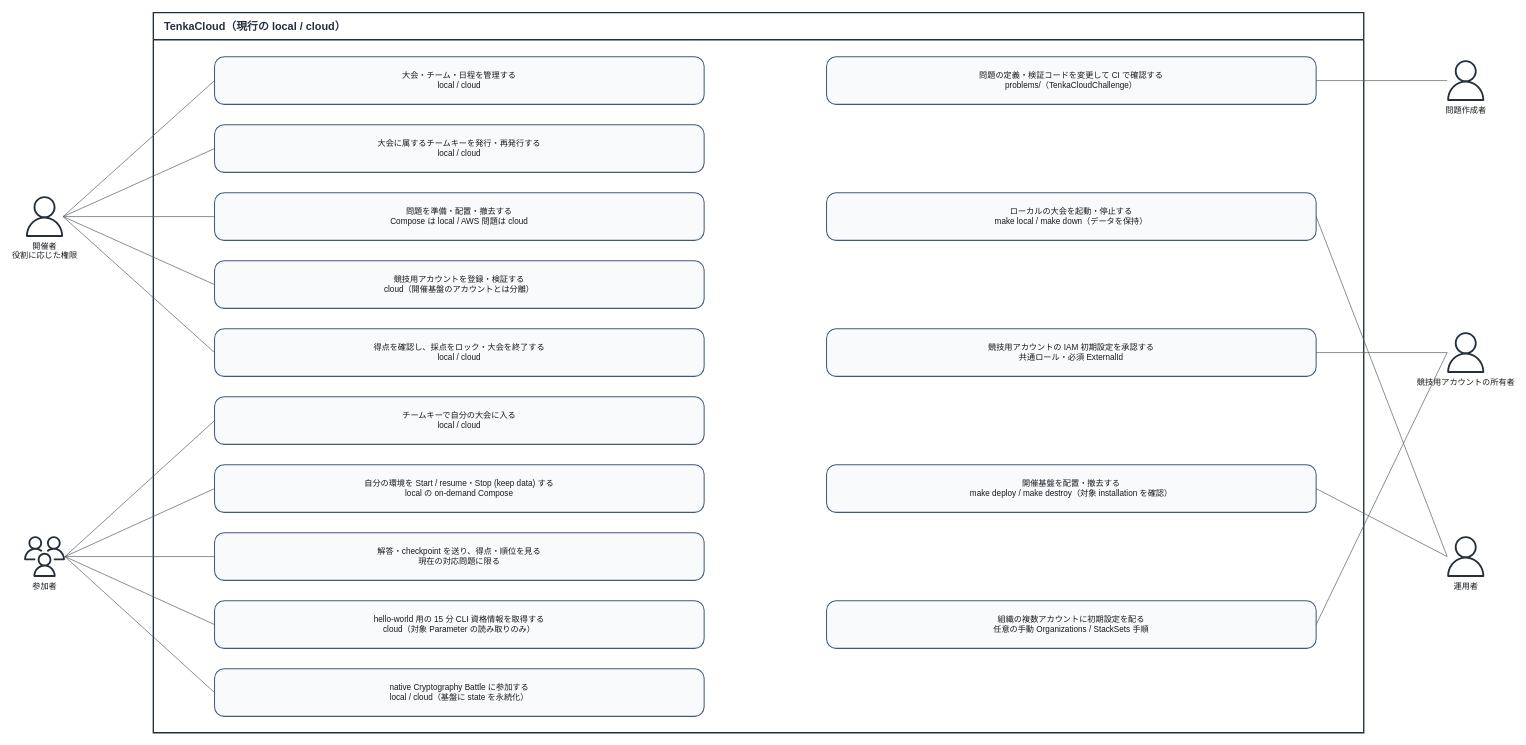
susumutomita/TenkaCloud keeps this draw.io diagram as page "04 現行のユースケース" (4 of 5) of docs/architecture/diagrams/system-architecture.drawio. Above is the earlier version. Source tidied: cells renumbered, new cells numbered last; positions are measured from the earlier drawing's top-left corner, leaving out a move shared by most shapes. Both pictures are drawn from the tidied source at 68%, with x=0, y=0 at pixel (24, 12).
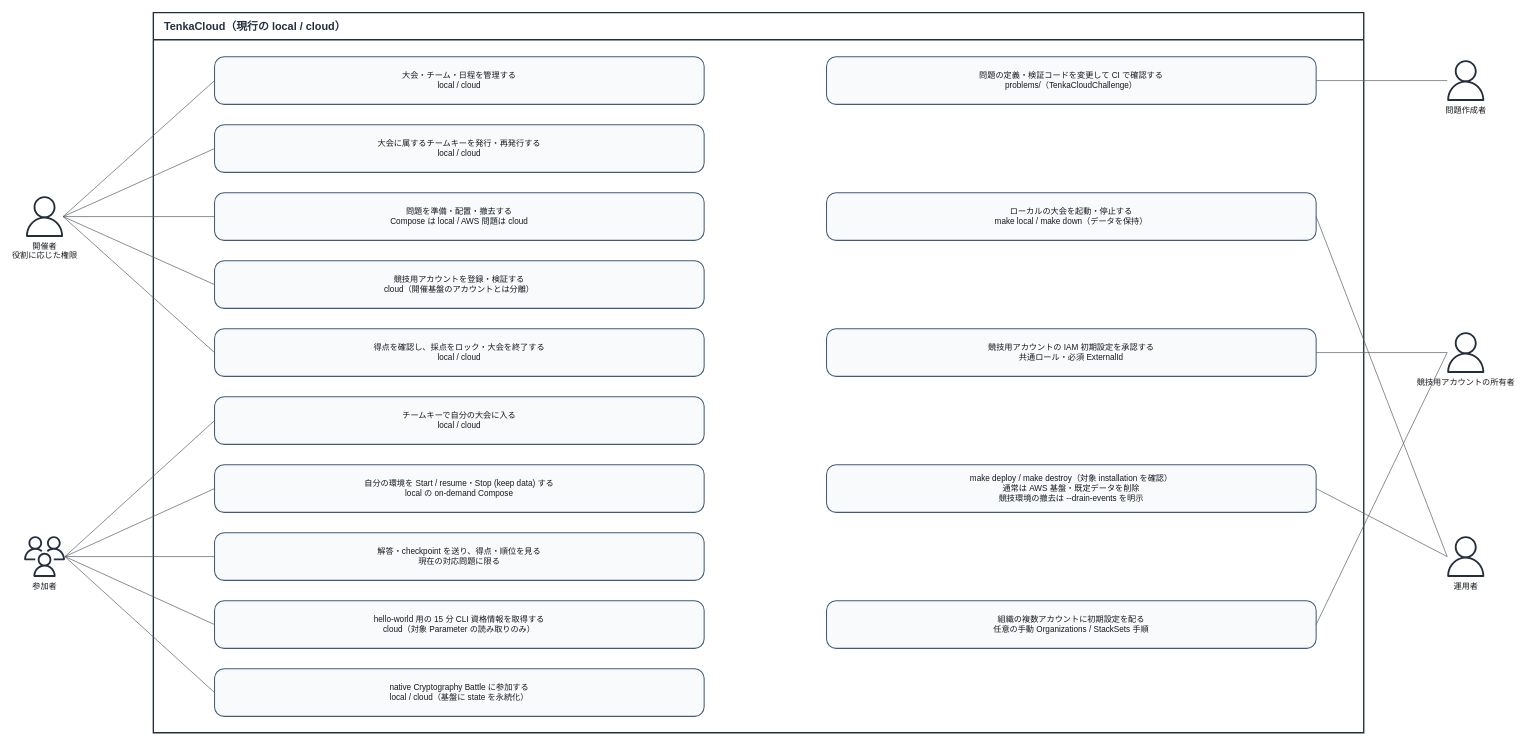
The same diagram, later.

Unchanged cells that the change refers to:
```xml
<mxCell id="2" value="TenkaCloud（現行の local / cloud）" style="swimlane;horizontal=1;startSize=40;rounded=0;whiteSpace=wrap;html=1;fillColor=#FFFFFF;strokeColor=#232F3E;strokeWidth=2;dashed=0;fontSize=16;fontStyle=1;fontColor=#232F3E;align=left;spacingLeft=14;" parent="1" vertex="1">
  <mxGeometry x="190" width="1780" height="1059" as="geometry" />
</mxCell>
```

Change to the diagram source:
```diff
@@
-    <mxCell id="21" value="開催基盤を配置・撤去する&#10;make deploy / make destroy（対象 installation を確認）" style="rounded=1;arcSize=20;whiteSpace=wrap;html=1;fillColor=#F8FAFC;strokeColor=#405A78;strokeWidth=1.5;fontColor=#16191F;fontSize=12;align=center;verticalAlign=middle;" parent="2" vertex="1">
+    <mxCell id="21" value="make deploy / make destroy（対象 installation を確認）&#10;通常は AWS 基盤・既定データを削除&#10;競技環境の撤去は --drain-events を明示" style="rounded=1;arcSize=20;whiteSpace=wrap;html=1;fillColor=#F8FAFC;strokeColor=#405A78;strokeWidth=1.5;fontColor=#16191F;fontSize=12;align=center;verticalAlign=middle;" parent="2" vertex="1">
       <mxGeometry x="990" y="665" width="720" height="70" as="geometry" />
     </mxCell>
```
